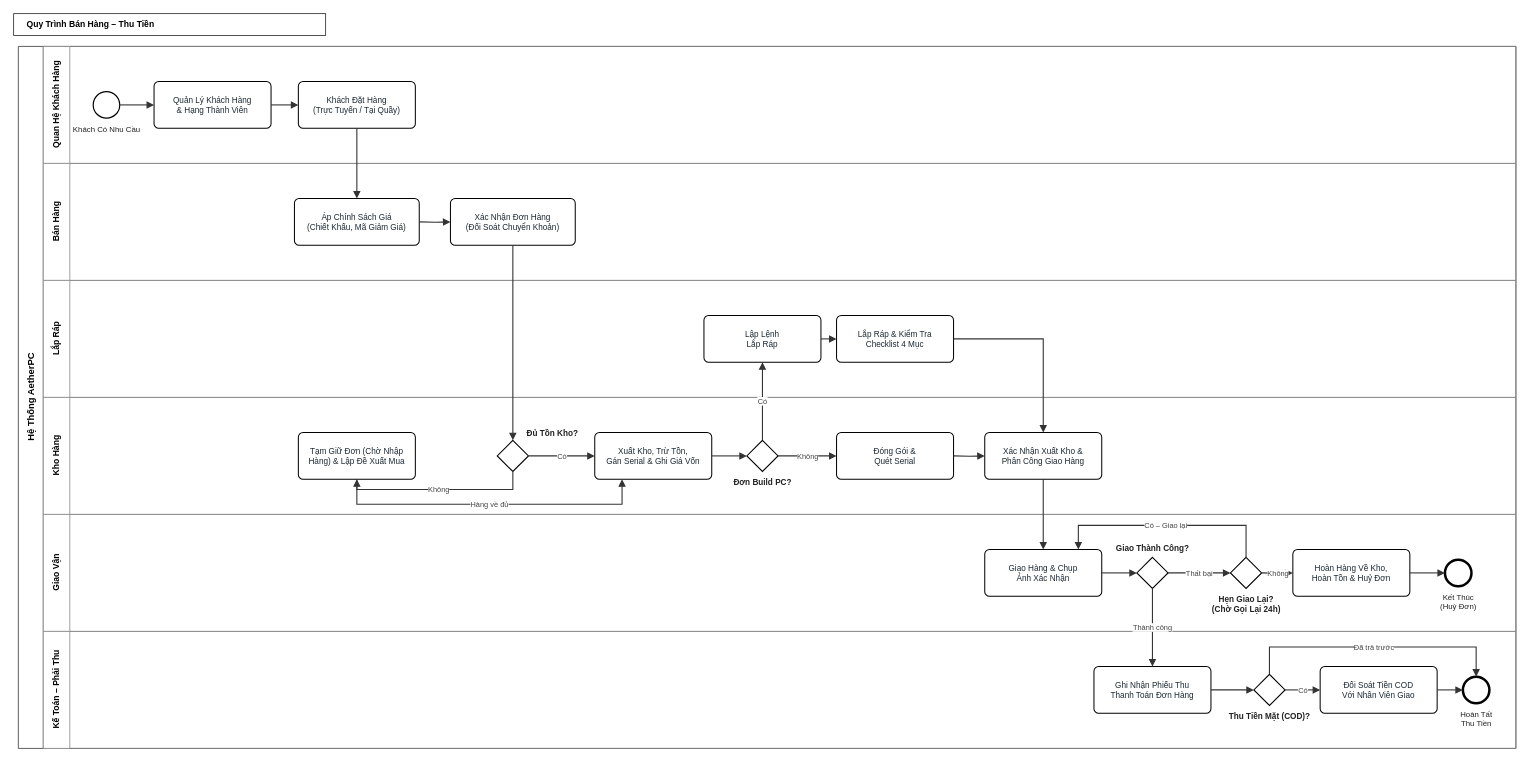
This is docs/diagrams/bpmn/quy_trinh_banhang_thutien.drawio from hoangmkid12/ERP_AetherPC, a draw.io file, before an edit. Source tidied: cells renumbered, new cells numbered last; positions are measured from the earlier drawing's top-left corner, leaving out a move shared by most shapes. Both pictures are drawn from the tidied source at 78%, with x=0, y=0 at pixel (13, 13).
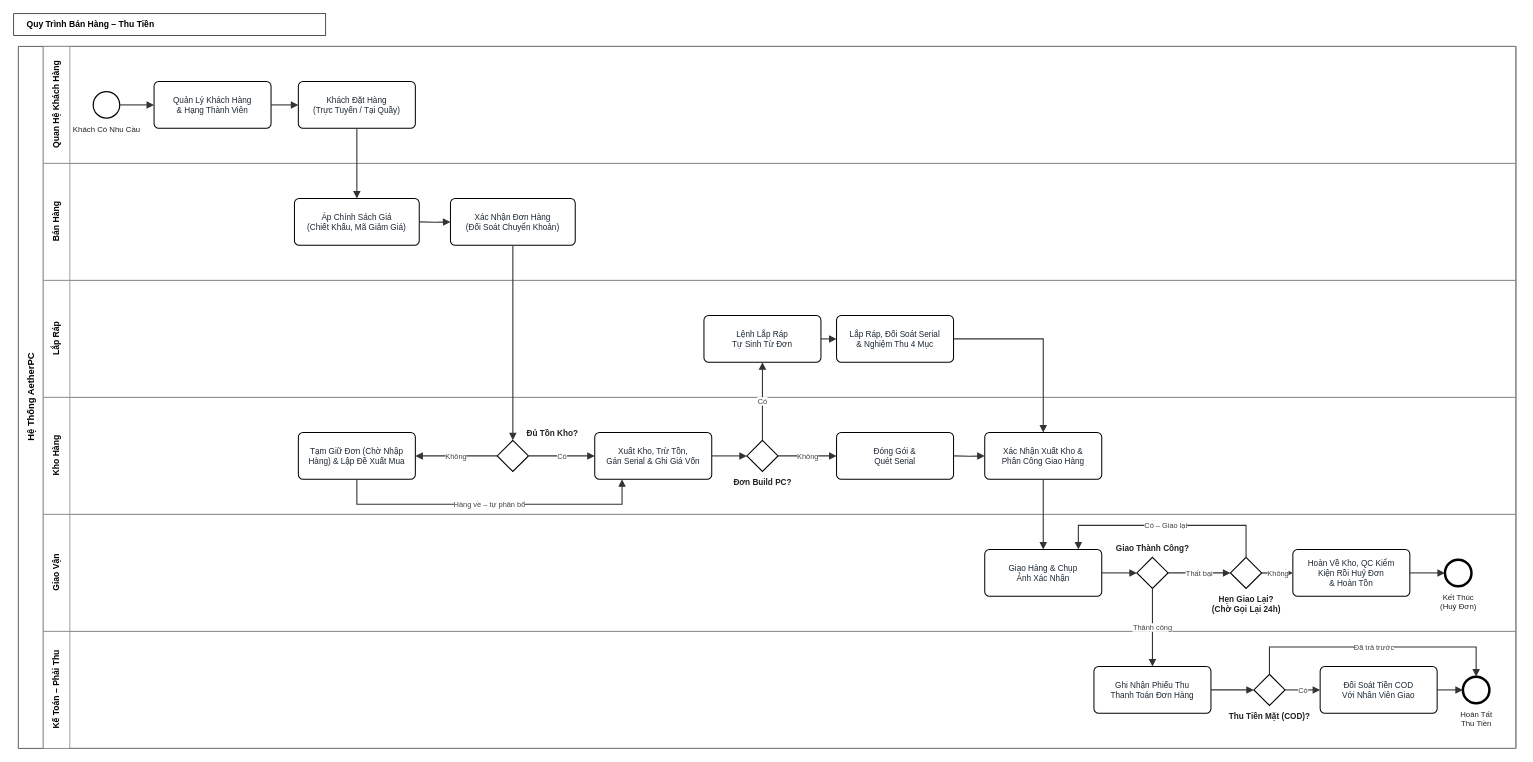
The same page after the edit.

The change refers to these unchanged cells:
```xml
<mxCell id="16" style="rhombus;whiteSpace=wrap;html=1;fillColor=#FFFFFF;strokeColor=#000000;strokeWidth=1.4;" parent="1" vertex="1">
  <mxGeometry x="620" y="547" width="40" height="40" as="geometry" />
</mxCell>
<mxCell id="18" value="Tạm Giữ Đơn (Chờ Nhập&lt;br/&gt;Hàng) &amp;amp; Lập Đề Xuất Mua" style="rounded=1;arcSize=10;whiteSpace=wrap;html=1;fillColor=#FFFFFF;strokeColor=#000000;strokeWidth=1.3;fontSize=10.5;fontColor=#1C2833;" parent="1" vertex="1">
  <mxGeometry x="365" y="537" width="150" height="60" as="geometry" />
</mxCell>
```

What changed in the source:
```diff
@@
-    <mxCell id="24" value="Lập Lệnh&lt;br/&gt;Lắp Ráp" style="rounded=1;arcSize=10;whiteSpace=wrap;html=1;fillColor=#FFFFFF;strokeColor=#000000;strokeWidth=1.3;fontSize=10.5;fontColor=#1C2833;" parent="1" vertex="1">
+    <mxCell id="24" value="Lệnh Lắp Ráp&lt;br/&gt;Tự Sinh Từ Đơn" style="rounded=1;arcSize=10;whiteSpace=wrap;html=1;fillColor=#FFFFFF;strokeColor=#000000;strokeWidth=1.3;fontSize=10.5;fontColor=#1C2833;" parent="1" vertex="1">
       <mxGeometry x="885" y="387" width="150" height="60" as="geometry" />
     </mxCell>
-    <mxCell id="25" value="Lắp Ráp &amp;amp; Kiểm Tra&lt;br/&gt;Checklist 4 Mục" style="rounded=1;arcSize=10;whiteSpace=wrap;html=1;fillColor=#FFFFFF;strokeColor=#000000;strokeWidth=1.3;fontSize=10.5;fontColor=#1C2833;" parent="1" vertex="1">
+    <mxCell id="25" value="Lắp Ráp, Đối Soát Serial&lt;br/&gt;&amp;amp; Nghiệm Thu 4 Mục" style="rounded=1;arcSize=10;whiteSpace=wrap;html=1;fillColor=#FFFFFF;strokeColor=#000000;strokeWidth=1.3;fontSize=10.5;fontColor=#1C2833;" parent="1" vertex="1">
       <mxGeometry x="1055" y="387" width="150" height="60" as="geometry" />
     </mxCell>
@@
-    <mxCell id="31" value="Hoàn Hàng Về Kho,&lt;br/&gt;Hoàn Tồn &amp;amp; Huỷ Đơn" style="rounded=1;arcSize=10;whiteSpace=wrap;html=1;fillColor=#FFFFFF;strokeColor=#000000;strokeWidth=1.3;fontSize=10.5;fontColor=#1C2833;" parent="1" vertex="1">
+    <mxCell id="31" value="Hoàn Về Kho, QC Kiểm&lt;br/&gt;Kiện Rồi Huỷ Đơn&lt;br/&gt;&amp;amp; Hoàn Tồn" style="rounded=1;arcSize=10;whiteSpace=wrap;html=1;fillColor=#FFFFFF;strokeColor=#000000;strokeWidth=1.3;fontSize=10.5;fontColor=#1C2833;" parent="1" vertex="1">
       <mxGeometry x="1640" y="687" width="150" height="60" as="geometry" />
     </mxCell>
@@
-    <mxCell id="45" value="Không" style="edgeStyle=orthogonalEdgeStyle;rounded=0;jettySize=auto;html=1;endArrow=block;endFill=1;strokeColor=#333333;strokeWidth=1.4;fontSize=9.5;fontColor=#444444;labelBackgroundColor=#FFFFFF;" parent="1" edge="1" source="16" target="18">
-      <mxGeometry relative="1" as="geometry">
-        <Array as="points">
-          <mxPoint x="640" y="610" />
-          <mxPoint x="440" y="610" />
-        </Array>
-      </mxGeometry>
+    <mxCell id="45" value="Không" style="edgeStyle=orthogonalEdgeStyle;rounded=0;jettySize=auto;html=1;endArrow=block;endFill=1;strokeColor=#333333;strokeWidth=1.4;fontSize=9.5;fontColor=#444444;labelBackgroundColor=#FFFFFF;exitX=0;exitY=0.5;exitDx=0;exitDy=0;entryX=1;entryY=0.5;entryDx=0;entryDy=0;" parent="1" edge="1" source="16" target="18">
+      <mxGeometry relative="1" as="geometry" />
     </mxCell>
@@
-    <mxCell id="47" value="Hàng về đủ" style="edgeStyle=orthogonalEdgeStyle;rounded=0;orthogonalLoop=1;jettySize=auto;html=1;endArrow=block;endFill=1;strokeColor=#333333;strokeWidth=1.4;fontSize=9.5;fontColor=#444444;labelBackgroundColor=#FFFFFF;" parent="1" edge="1">
+    <mxCell id="47" value="Hàng về – tự phân bổ" style="edgeStyle=orthogonalEdgeStyle;rounded=0;orthogonalLoop=1;jettySize=auto;html=1;endArrow=block;endFill=1;strokeColor=#333333;strokeWidth=1.4;fontSize=9.5;fontColor=#444444;labelBackgroundColor=#FFFFFF;" parent="1" edge="1">
       <mxGeometry relative="1" as="geometry">
         <mxPoint x="440" y="597" as="sourcePoint" />
         <mxPoint x="780" y="597" as="targetPoint" />
         <Array as="points">
           <mxPoint x="440" y="629" />
           <mxPoint x="780" y="629" />
         </Array>
       </mxGeometry>
     </mxCell>
```
